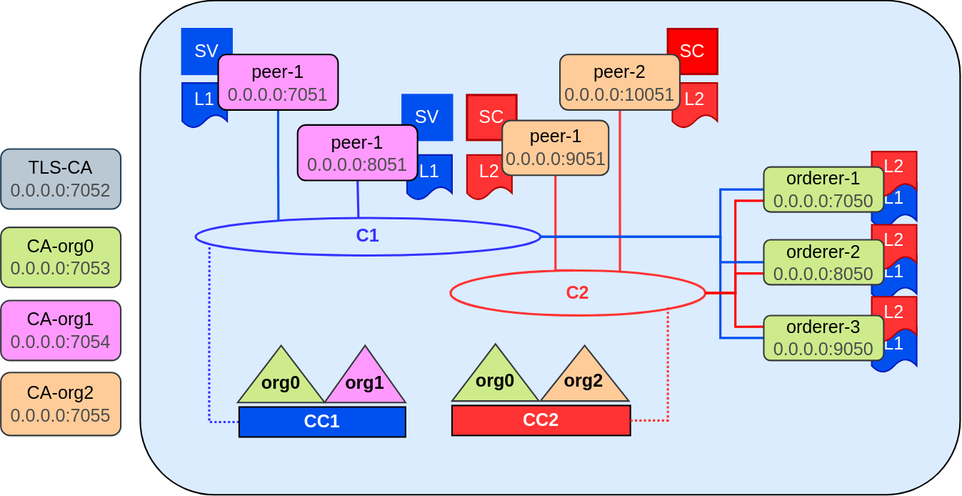
Earlier version of the draw.io export docs/res/network-architecture.svg (tassiluca/ChainVote). Source tidied: cells renumbered, new cells last; positions are measured from the earlier drawing's top-left corner, leaving out a move shared by most shapes. The source it was exported from:
```xml
<mxGraphModel>
  <root>
    <mxCell id="0" />
    <mxCell id="1" parent="0" />
    <mxCell id="2" style="rounded=1;whiteSpace=wrap;html=1;fillColor=#DBECFF;strokeColor=#000000;" parent="1" vertex="1">
      <mxGeometry x="93" width="547" height="329.5" as="geometry" />
    </mxCell>
    <mxCell id="3" value="L1" style="shape=document;whiteSpace=wrap;html=1;boundedLbl=1;fontColor=#ffffff;strokeColor=#001DBC;fillColor=#0050ef;" parent="1" vertex="1">
      <mxGeometry x="581" y="121.2" width="30" height="30" as="geometry" />
    </mxCell>
    <mxCell id="4" value="L1" style="shape=document;whiteSpace=wrap;html=1;boundedLbl=1;fontColor=#ffffff;strokeColor=#001DBC;fillColor=#0050ef;" parent="1" vertex="1">
      <mxGeometry x="271" y="103" width="30" height="30" as="geometry" />
    </mxCell>
    <mxCell id="5" value="L2" style="shape=document;whiteSpace=wrap;html=1;boundedLbl=1;fontColor=#ffffff;strokeColor=#B20000;fillColor=#FF3333;" parent="1" vertex="1">
      <mxGeometry x="448" y="55" width="30" height="30" as="geometry" />
    </mxCell>
    <mxCell id="6" value="L1" style="shape=document;whiteSpace=wrap;html=1;boundedLbl=1;strokeColor=#001DBC;fillColor=#0050ef;fontColor=#ffffff;" parent="1" vertex="1">
      <mxGeometry x="121" y="55" width="30" height="30" as="geometry" />
    </mxCell>
    <mxCell id="7" style="edgeStyle=orthogonalEdgeStyle;rounded=0;jettySize=auto;html=1;exitX=1;exitY=0.5;exitDx=0;exitDy=0;entryX=0;entryY=0.5;entryDx=0;entryDy=0;fontColor=#FFFFFF;strokeColor=#0050EF;strokeWidth=1.5;endArrow=none;endFill=0;" parent="1" edge="1" source="8" target="46">
      <mxGeometry relative="1" as="geometry">
        <Array as="points">
          <mxPoint x="480" y="158" />
          <mxPoint x="480" y="126" />
        </Array>
      </mxGeometry>
    </mxCell>
    <mxCell id="8" value="&lt;font color=&quot;#3333ff&quot;&gt;&lt;b&gt;C1&lt;/b&gt;&lt;/font&gt;" style="ellipse;whiteSpace=wrap;html=1;strokeColor=#3333FF;strokeWidth=1.5;fillColor=none;" parent="1" vertex="1">
      <mxGeometry x="130" y="145" width="230" height="25" as="geometry" />
    </mxCell>
    <mxCell id="9" style="edgeStyle=orthogonalEdgeStyle;rounded=0;jettySize=auto;html=1;exitX=1;exitY=0.5;exitDx=0;exitDy=0;entryX=0;entryY=0.75;entryDx=0;entryDy=0;fontColor=#FFFFFF;endArrow=none;endFill=0;strokeColor=#FF0000;strokeWidth=1.5;" parent="1" edge="1" source="10" target="46">
      <mxGeometry relative="1" as="geometry">
        <Array as="points">
          <mxPoint x="490" y="195" />
          <mxPoint x="490" y="134" />
        </Array>
      </mxGeometry>
    </mxCell>
    <mxCell id="10" value="&lt;b&gt;&lt;font color=&quot;#ff3333&quot;&gt;C2&lt;/font&gt;&lt;/b&gt;" style="ellipse;whiteSpace=wrap;html=1;strokeColor=#FF3333;strokeWidth=1.5;gradientColor=none;fillColor=none;" parent="1" vertex="1">
      <mxGeometry x="300" y="180" width="170" height="30" as="geometry" />
    </mxCell>
    <mxCell id="11" value="&lt;span style=&quot;font-weight: normal;&quot;&gt;CA-org0&lt;br&gt;&lt;font color=&quot;#4d4d4d&quot;&gt;0.0.0.0:7053&lt;/font&gt;&lt;br&gt;&lt;/span&gt;" style="rounded=1;whiteSpace=wrap;html=1;strokeColor=#36393d;fillColor=#cdeb8b;fontStyle=1;" parent="1" vertex="1">
      <mxGeometry y="151.2" width="80" height="40" as="geometry" />
    </mxCell>
    <mxCell id="12" value="&lt;span style=&quot;font-weight: normal;&quot;&gt;CA-org1&lt;br&gt;&lt;/span&gt;&lt;span style=&quot;color: rgb(77, 77, 77); font-weight: 400;&quot;&gt;0.0.0.0:7054&lt;/span&gt;&lt;span style=&quot;font-weight: normal;&quot;&gt;&lt;br&gt;&lt;/span&gt;" style="rounded=1;whiteSpace=wrap;html=1;strokeColor=#36393d;fillColor=#FF99FF;fontStyle=1;" parent="1" vertex="1">
      <mxGeometry y="200" width="80" height="40" as="geometry" />
    </mxCell>
    <mxCell id="13" value="CA-org2&lt;br&gt;&lt;span style=&quot;color: rgb(77, 77, 77);&quot;&gt;0.0.0.0:7055&lt;/span&gt;" style="rounded=1;whiteSpace=wrap;html=1;strokeColor=#36393d;fillColor=#ffcc99;" parent="1" vertex="1">
      <mxGeometry y="248" width="80" height="42" as="geometry" />
    </mxCell>
    <mxCell id="14" style="verticalLabelPosition=bottom;verticalAlign=top;html=1;shape=mxgraph.basic.acute_triangle;dx=0.5;strokeColor=#36393d;fillColor=#cdeb8b;" parent="1" vertex="1">
      <mxGeometry x="158" y="230" width="58" height="38" as="geometry" />
    </mxCell>
    <mxCell id="15" value="&lt;b&gt;org0&lt;/b&gt;" style="text;html=1;strokeColor=none;fillColor=none;align=center;verticalAlign=middle;whiteSpace=wrap;rounded=0;" parent="1" vertex="1">
      <mxGeometry x="172" y="242" width="30" height="26" as="geometry" />
    </mxCell>
    <mxCell id="16" style="verticalLabelPosition=bottom;verticalAlign=top;html=1;shape=mxgraph.basic.acute_triangle;dx=0.5;strokeColor=#36393d;fillColor=#FF99FF;" parent="1" vertex="1">
      <mxGeometry x="216" y="230" width="54" height="38" as="geometry" />
    </mxCell>
    <mxCell id="17" value="&lt;b&gt;org1&lt;/b&gt;" style="text;html=1;strokeColor=none;fillColor=none;align=center;verticalAlign=middle;whiteSpace=wrap;rounded=0;" parent="1" vertex="1">
      <mxGeometry x="228" y="242" width="30" height="26" as="geometry" />
    </mxCell>
    <mxCell id="18" style="verticalLabelPosition=bottom;verticalAlign=top;html=1;shape=mxgraph.basic.acute_triangle;dx=0.5;strokeColor=#36393d;fillColor=#ffcc99;" parent="1" vertex="1">
      <mxGeometry x="360" y="230" width="59" height="37" as="geometry" />
    </mxCell>
    <mxCell id="19" value="&lt;b&gt;org2&lt;/b&gt;" style="text;html=1;strokeColor=none;fillColor=none;align=center;verticalAlign=middle;whiteSpace=wrap;rounded=0;" parent="1" vertex="1">
      <mxGeometry x="373.5" y="241" width="30" height="26" as="geometry" />
    </mxCell>
    <mxCell id="20" style="edgeStyle=orthogonalEdgeStyle;rounded=0;jettySize=auto;html=1;exitX=0;exitY=0.5;exitDx=0;exitDy=0;entryX=0.04;entryY=0.707;entryDx=0;entryDy=0;endArrow=none;endFill=0;strokeColor=#3333FF;fontColor=#3333FF;dashed=1;dashPattern=1 1;entryPerimeter=0;strokeWidth=1.5;" parent="1" edge="1" source="21" target="8">
      <mxGeometry relative="1" as="geometry" />
    </mxCell>
    <mxCell id="21" value="&lt;font color=&quot;#ffffff&quot;&gt;&lt;b&gt;CC1&lt;/b&gt;&lt;/font&gt;" style="rounded=0;whiteSpace=wrap;html=1;strokeColor=#000000;fillColor=#0050EF;" parent="1" vertex="1">
      <mxGeometry x="159" y="271" width="111" height="20" as="geometry" />
    </mxCell>
    <mxCell id="22" value="&lt;font color=&quot;#ffffff&quot;&gt;&lt;b&gt;CC2&lt;/b&gt;&lt;/font&gt;" style="rounded=0;whiteSpace=wrap;html=1;strokeColor=#000000;fillColor=#FF3333;" parent="1" vertex="1">
      <mxGeometry x="301" y="270" width="119" height="20" as="geometry" />
    </mxCell>
    <mxCell id="23" style="edgeStyle=orthogonalEdgeStyle;rounded=0;jettySize=auto;html=1;exitX=1;exitY=0.5;exitDx=0;exitDy=0;endArrow=none;endFill=0;strokeColor=#FF3333;fontColor=#3333FF;dashed=1;dashPattern=1 1;strokeWidth=1.5;entryX=1;entryY=1;entryDx=0;entryDy=0;" parent="1" edge="1" source="22" target="10">
      <mxGeometry relative="1" as="geometry">
        <Array as="points">
          <mxPoint x="445" y="280" />
          <mxPoint x="445" y="206" />
        </Array>
      </mxGeometry>
    </mxCell>
    <mxCell id="24" style="edgeStyle=orthogonalEdgeStyle;rounded=0;jettySize=auto;html=1;exitX=0.5;exitY=1;exitDx=0;exitDy=0;entryX=0.665;entryY=0.033;entryDx=0;entryDy=0;entryPerimeter=0;fontColor=#3333FF;endArrow=none;endFill=0;strokeColor=#FF3333;fillColor=#f8cecc;strokeWidth=1.5;" parent="1" edge="1" source="35" target="10">
      <mxGeometry relative="1" as="geometry" />
    </mxCell>
    <mxCell id="25" style="endArrow=none;html=1;rounded=0;fontColor=#FF3333;strokeColor=#3333FF;exitX=0.472;exitY=-0.012;exitDx=0;exitDy=0;entryX=0.5;entryY=1;entryDx=0;entryDy=0;strokeWidth=1.5;exitPerimeter=0;" parent="1" edge="1" source="8" target="47">
      <mxGeometry relative="1" as="geometry" />
    </mxCell>
    <mxCell id="26" value="L2" style="shape=document;whiteSpace=wrap;html=1;boundedLbl=1;fontColor=#ffffff;strokeColor=#B20000;fillColor=#FF3333;" parent="1" vertex="1">
      <mxGeometry x="581" y="100.8" width="30" height="30" as="geometry" />
    </mxCell>
    <mxCell id="27" value="L2" style="shape=document;whiteSpace=wrap;html=1;boundedLbl=1;fontColor=#ffffff;strokeColor=#B20000;fillColor=#FF3333;" parent="1" vertex="1">
      <mxGeometry x="311" y="103" width="30" height="30" as="geometry" />
    </mxCell>
    <mxCell id="28" style="edgeStyle=orthogonalEdgeStyle;rounded=0;jettySize=auto;html=1;exitX=0.5;exitY=1;exitDx=0;exitDy=0;fontColor=#000000;endArrow=none;endFill=0;strokeColor=#FF3333;strokeWidth=1.5;entryX=0.488;entryY=-0.004;entryDx=0;entryDy=0;entryPerimeter=0;" parent="1" edge="1" source="33" target="10">
      <mxGeometry relative="1" as="geometry">
        <Array as="points">
          <mxPoint x="370" y="180" />
        </Array>
      </mxGeometry>
    </mxCell>
    <mxCell id="29" value="TLS-CA&lt;br&gt;&lt;font color=&quot;#4d4d4d&quot;&gt;0.0.0.0:7052&lt;/font&gt;" style="rounded=1;whiteSpace=wrap;html=1;strokeColor=#23445d;fillColor=#bac8d3;" parent="1" vertex="1">
      <mxGeometry y="99" width="80" height="40" as="geometry" />
    </mxCell>
    <mxCell id="30" value="SV" style="rounded=0;whiteSpace=wrap;html=1;fontColor=#FFFFFF;strokeColor=#0050EF;strokeWidth=1.5;fillColor=#0050EF;gradientColor=none;" parent="1" vertex="1">
      <mxGeometry x="121" y="19" width="33" height="30" as="geometry" />
    </mxCell>
    <mxCell id="31" value="SV" style="rounded=0;whiteSpace=wrap;html=1;fontColor=#FFFFFF;strokeColor=#0050EF;strokeWidth=1.5;fillColor=#0050EF;gradientColor=none;" parent="1" vertex="1">
      <mxGeometry x="268" y="63" width="33" height="30" as="geometry" />
    </mxCell>
    <mxCell id="32" value="SC" style="rounded=0;whiteSpace=wrap;html=1;fontColor=#FFFFFF;strokeColor=#B20000;strokeWidth=1.5;fillColor=#FF3333;gradientColor=none;" parent="1" vertex="1">
      <mxGeometry x="311" y="63" width="33" height="30" as="geometry" />
    </mxCell>
    <mxCell id="33" value="peer-1&lt;br&gt;&lt;span style=&quot;color: rgb(77, 77, 77);&quot;&gt;0.0.0.0:9051&lt;/span&gt;" style="rounded=1;whiteSpace=wrap;html=1;strokeColor=#36393d;fillColor=#ffcc99;" parent="1" vertex="1">
      <mxGeometry x="334.5" y="80" width="71" height="36.5" as="geometry" />
    </mxCell>
    <mxCell id="34" value="SC" style="rounded=0;whiteSpace=wrap;html=1;fontColor=#FFFFFF;strokeColor=#B20000;strokeWidth=1.5;fillColor=#FF0000;gradientColor=none;" parent="1" vertex="1">
      <mxGeometry x="445" y="19" width="33" height="30" as="geometry" />
    </mxCell>
    <mxCell id="35" value="peer-2&lt;br&gt;&lt;span style=&quot;color: rgba(0, 0, 0, 0); font-family: monospace; font-size: 0px; text-align: start;&quot;&gt;%3CmxGraphModel%3E%3Croot%3E%3CmxCell%20id%3D%220%22%2F%3E%3CmxCell%20id%3D%221%22%20parent%3D%220%22%2F%3E%3CmxCell%20id%3D%222%22%20style%3D%22edgeStyle%3DorthogonalEdgeStyle%3Brounded%3D0%3BorthogonalLoop%3D1%3BjettySize%3Dauto%3Bhtml%3D1%3BexitX%3D0.5%3BexitY%3D1%3BexitDx%3D0%3BexitDy%3D0%3BentryX%3D0.266%3BentryY%3D0.065%3BentryDx%3D0%3BentryDy%3D0%3BentryPerimeter%3D0%3BendArrow%3Dnone%3BendFill%3D0%3BstrokeColor%3D%233333FF%3BstrokeWidth%3D1.5%3B%22%20edge%3D%221%22%20parent%3D%221%22%3E%3CmxGeometry%20relative%3D%221%22%20as%3D%22geometry%22%3E%3CArray%20as%3D%22points%22%3E%3CmxPoint%20x%3D%22331%22%20y%3D%22187%22%2F%3E%3CmxPoint%20x%3D%22331%22%20y%3D%22210%22%2F%3E%3CmxPoint%20x%3D%22330%22%20y%3D%22210%22%2F%3E%3CmxPoint%20x%3D%22330%22%20y%3D%22247%22%2F%3E%3C%2FArray%3E%3CmxPoint%20x%3D%22330.00000000000006%22%20y%3D%22187%22%20as%3D%22sourcePoint%22%2F%3E%3CmxPoint%20x%3D%22331.18%22%20y%3D%22246.625%22%20as%3D%22targetPoint%22%2F%3E%3C%2FmxGeometry%3E%3C%2FmxCell%3E%3C%2Froot%3E%3C%2FmxGraphModel%3E&lt;/span&gt;&lt;span style=&quot;color: rgb(77, 77, 77);&quot;&gt;0.0.0.0:10051&lt;/span&gt;&lt;span style=&quot;color: rgba(0, 0, 0, 0); font-family: monospace; font-size: 0px; text-align: start;&quot;&gt;&lt;br&gt;&lt;/span&gt;" style="rounded=1;whiteSpace=wrap;html=1;strokeColor=#36393d;fillColor=#ffcc99;" parent="1" vertex="1">
      <mxGeometry x="373" y="36" width="80" height="37" as="geometry" />
    </mxCell>
    <mxCell id="36" value="L1" style="shape=document;whiteSpace=wrap;html=1;boundedLbl=1;fontColor=#ffffff;strokeColor=#001DBC;fillColor=#0050ef;" parent="1" vertex="1">
      <mxGeometry x="581" y="170" width="30" height="30" as="geometry" />
    </mxCell>
    <mxCell id="37" value="L2" style="shape=document;whiteSpace=wrap;html=1;boundedLbl=1;fontColor=#ffffff;strokeColor=#B20000;fillColor=#FF3333;" parent="1" vertex="1">
      <mxGeometry x="581" y="149.5" width="30" height="30" as="geometry" />
    </mxCell>
    <mxCell id="38" value="L1" style="shape=document;whiteSpace=wrap;html=1;boundedLbl=1;fontColor=#ffffff;strokeColor=#001DBC;fillColor=#0050ef;" parent="1" vertex="1">
      <mxGeometry x="581" y="218" width="30" height="30" as="geometry" />
    </mxCell>
    <mxCell id="39" value="L2" style="shape=document;whiteSpace=wrap;html=1;boundedLbl=1;fontColor=#ffffff;strokeColor=#B20000;fillColor=#FF3333;" parent="1" vertex="1">
      <mxGeometry x="581" y="197.5" width="30" height="30" as="geometry" />
    </mxCell>
    <mxCell id="40" style="edgeStyle=orthogonalEdgeStyle;rounded=0;jettySize=auto;html=1;exitX=0;exitY=0.5;exitDx=0;exitDy=0;entryX=1;entryY=0.5;entryDx=0;entryDy=0;fontColor=#FFFFFF;endArrow=none;endFill=0;strokeColor=#0050EF;strokeWidth=1.5;" parent="1" edge="1" source="42" target="8">
      <mxGeometry relative="1" as="geometry">
        <Array as="points">
          <mxPoint x="480" y="225" />
          <mxPoint x="480" y="158" />
        </Array>
      </mxGeometry>
    </mxCell>
    <mxCell id="41" style="edgeStyle=orthogonalEdgeStyle;rounded=0;jettySize=auto;html=1;exitX=0;exitY=0.25;exitDx=0;exitDy=0;entryX=1;entryY=0.5;entryDx=0;entryDy=0;fontColor=#FFFFFF;endArrow=none;endFill=0;strokeColor=#FF0000;strokeWidth=1.5;" parent="1" edge="1" source="42" target="10">
      <mxGeometry relative="1" as="geometry">
        <Array as="points">
          <mxPoint x="490" y="218" />
          <mxPoint x="490" y="195" />
        </Array>
      </mxGeometry>
    </mxCell>
    <mxCell id="42" value="orderer-3&lt;br&gt;&lt;span style=&quot;color: rgb(77, 77, 77);&quot;&gt;0.0.0.0:9050&lt;/span&gt;" style="rounded=1;whiteSpace=wrap;html=1;strokeColor=#36393d;fillColor=#cdeb8b;" parent="1" vertex="1">
      <mxGeometry x="509" y="210" width="80" height="30" as="geometry" />
    </mxCell>
    <mxCell id="43" style="edgeStyle=orthogonalEdgeStyle;rounded=0;jettySize=auto;html=1;exitX=0;exitY=0.5;exitDx=0;exitDy=0;entryX=1;entryY=0.5;entryDx=0;entryDy=0;fontColor=#FFFFFF;endArrow=none;endFill=0;strokeColor=#0050EF;strokeWidth=1.5;" parent="1" edge="1" source="45" target="8">
      <mxGeometry relative="1" as="geometry">
        <Array as="points">
          <mxPoint x="480" y="175" />
          <mxPoint x="480" y="158" />
        </Array>
      </mxGeometry>
    </mxCell>
    <mxCell id="44" style="edgeStyle=orthogonalEdgeStyle;rounded=0;jettySize=auto;html=1;exitX=0;exitY=0.75;exitDx=0;exitDy=0;entryX=1;entryY=0.5;entryDx=0;entryDy=0;fontColor=#FFFFFF;endArrow=none;endFill=0;strokeColor=#FF0000;strokeWidth=1.5;" parent="1" edge="1" source="45" target="10">
      <mxGeometry relative="1" as="geometry">
        <Array as="points">
          <mxPoint x="490" y="182" />
          <mxPoint x="490" y="195" />
        </Array>
      </mxGeometry>
    </mxCell>
    <mxCell id="45" value="orderer-2&lt;br&gt;&lt;span style=&quot;color: rgb(77, 77, 77);&quot;&gt;0.0.0.0:8050&lt;/span&gt;" style="rounded=1;whiteSpace=wrap;html=1;strokeColor=#36393d;fillColor=#cdeb8b;" parent="1" vertex="1">
      <mxGeometry x="509" y="159.5" width="80" height="30" as="geometry" />
    </mxCell>
    <mxCell id="46" value="orderer-1&lt;br&gt;&lt;span style=&quot;color: rgb(77, 77, 77);&quot;&gt;0.0.0.0:7050&lt;/span&gt;" style="rounded=1;whiteSpace=wrap;html=1;strokeColor=#36393d;fillColor=#cdeb8b;" parent="1" vertex="1">
      <mxGeometry x="509" y="111" width="80" height="30" as="geometry" />
    </mxCell>
    <mxCell id="47" value="peer-1&lt;br&gt;&lt;span style=&quot;color: rgb(77, 77, 77);&quot;&gt;0.0.0.0:8051&lt;/span&gt;" style="rounded=1;whiteSpace=wrap;html=1;strokeColor=#000000;fillColor=#FF99FF;" parent="1" vertex="1">
      <mxGeometry x="198" y="83" width="80" height="37" as="geometry" />
    </mxCell>
    <mxCell id="48" style="edgeStyle=orthogonalEdgeStyle;rounded=0;jettySize=auto;html=1;exitX=0.5;exitY=1;exitDx=0;exitDy=0;entryX=0.24;entryY=0.059;entryDx=0;entryDy=0;entryPerimeter=0;fontColor=#4D4D4D;strokeColor=#0050EF;strokeWidth=1.5;endArrow=none;endFill=0;" parent="1" edge="1" source="49" target="8">
      <mxGeometry relative="1" as="geometry" />
    </mxCell>
    <mxCell id="49" value="peer-1&lt;br&gt;&lt;span style=&quot;color: rgb(77, 77, 77);&quot;&gt;0.0.0.0:7051&lt;/span&gt;" style="rounded=1;whiteSpace=wrap;html=1;strokeColor=#000000;fillColor=#FF99FF;" parent="1" vertex="1">
      <mxGeometry x="145" y="36" width="80" height="37" as="geometry" />
    </mxCell>
    <mxCell id="50" style="verticalLabelPosition=bottom;verticalAlign=top;html=1;shape=mxgraph.basic.acute_triangle;dx=0.5;strokeColor=#36393d;fillColor=#cdeb8b;" parent="1" vertex="1">
      <mxGeometry x="301" y="229" width="58" height="38" as="geometry" />
    </mxCell>
    <mxCell id="51" value="&lt;b&gt;org0&lt;/b&gt;" style="text;html=1;strokeColor=none;fillColor=none;align=center;verticalAlign=middle;whiteSpace=wrap;rounded=0;" parent="1" vertex="1">
      <mxGeometry x="315" y="241" width="30" height="26" as="geometry" />
    </mxCell>
  </root>
</mxGraphModel>
```
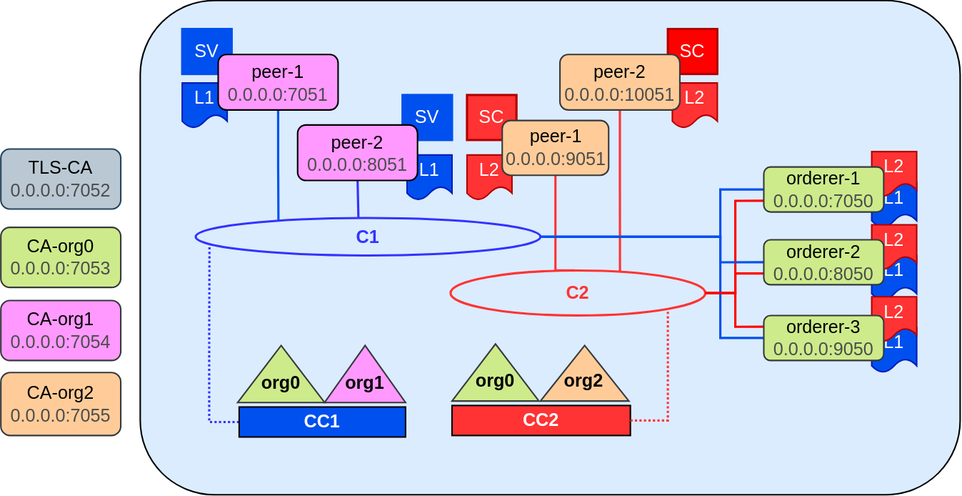
Above is the later version.

Commit message:
docs: fix typo in architecture schema

Diff of the diagram source:
```diff
@@ -176,7 +176,7 @@
     <mxCell id="46" value="orderer-1&lt;br&gt;&lt;span style=&quot;color: rgb(77, 77, 77);&quot;&gt;0.0.0.0:7050&lt;/span&gt;" style="rounded=1;whiteSpace=wrap;html=1;strokeColor=#36393d;fillColor=#cdeb8b;" parent="1" vertex="1">
       <mxGeometry x="509" y="111" width="80" height="30" as="geometry" />
     </mxCell>
-    <mxCell id="47" value="peer-1&lt;br&gt;&lt;span style=&quot;color: rgb(77, 77, 77);&quot;&gt;0.0.0.0:8051&lt;/span&gt;" style="rounded=1;whiteSpace=wrap;html=1;strokeColor=#000000;fillColor=#FF99FF;" parent="1" vertex="1">
+    <mxCell id="47" value="peer-2&lt;br&gt;&lt;span style=&quot;color: rgb(77, 77, 77);&quot;&gt;0.0.0.0:8051&lt;/span&gt;" style="rounded=1;whiteSpace=wrap;html=1;strokeColor=#000000;fillColor=#FF99FF;" parent="1" vertex="1">
       <mxGeometry x="198" y="83" width="80" height="37" as="geometry" />
     </mxCell>
     <mxCell id="48" style="edgeStyle=orthogonalEdgeStyle;rounded=0;jettySize=auto;html=1;exitX=0.5;exitY=1;exitDx=0;exitDy=0;entryX=0.24;entryY=0.059;entryDx=0;entryDy=0;entryPerimeter=0;fontColor=#4D4D4D;strokeColor=#0050EF;strokeWidth=1.5;endArrow=none;endFill=0;" parent="1" edge="1" source="49" target="8">
```
